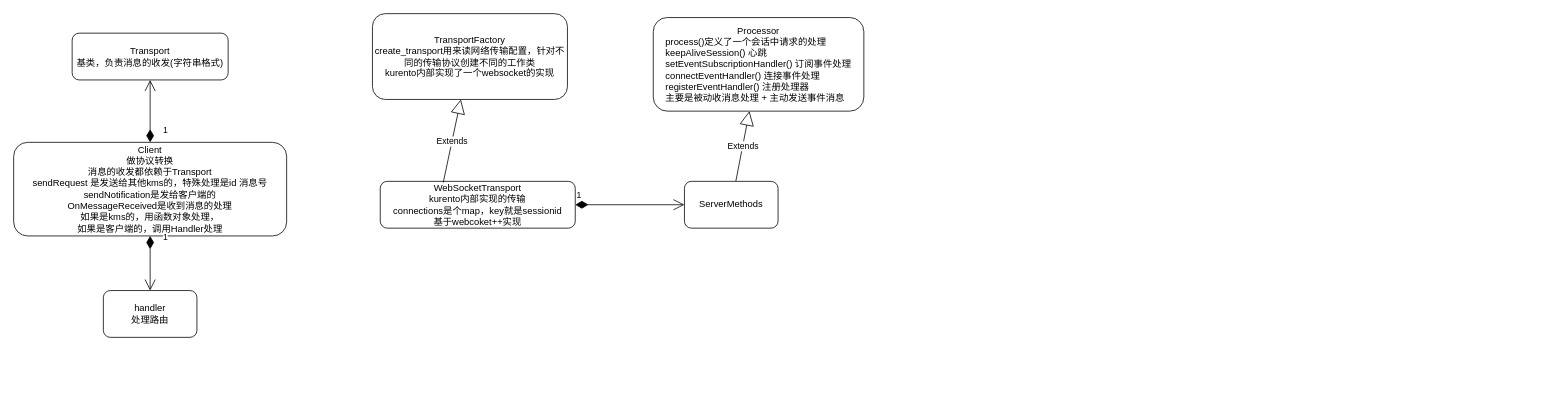
63isOK/conference_graph keeps this draw.io diagram as kms源码分析/kms分析文字版本.drawio. Above is the earlier version. Source tidied: cells renumbered, new cells numbered last; positions are measured from the earlier drawing's top-left corner, leaving out a move shared by most shapes. Both pictures are drawn from the tidied source at 78%, with x=0, y=0 at pixel (13, 13).
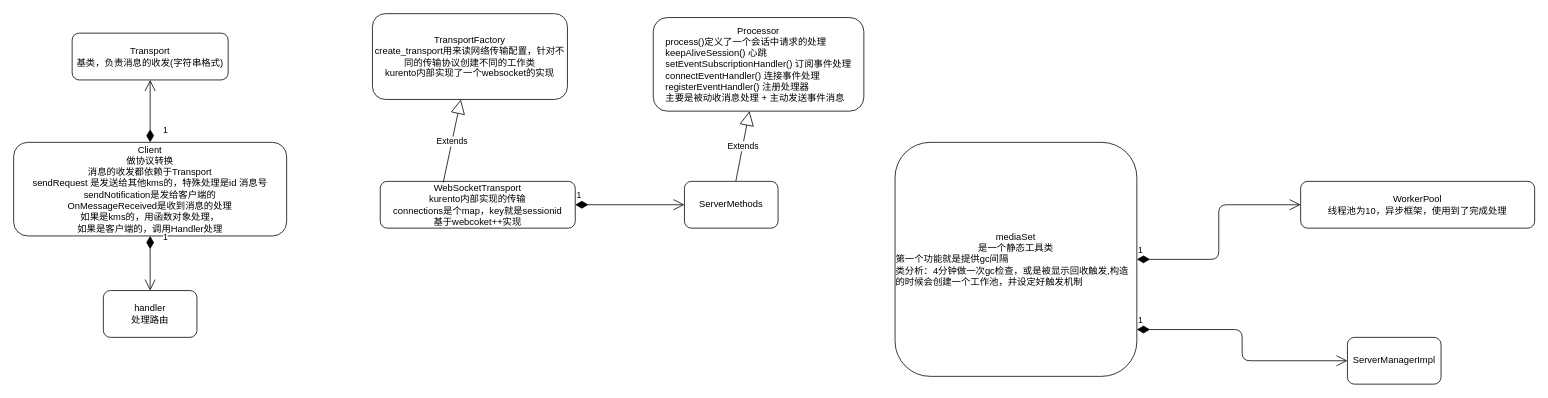
The same page after the edit.

Commit message:
更新kms分析文字版本.drawio

The edit, as a diff of the source:
```diff
@@
+    <mxCell id="14" value="&lt;span&gt;mediaSet&lt;br&gt;是一个静态工具类&lt;br&gt;&lt;div style=&quot;text-align: left&quot;&gt;&lt;span&gt;第一个功能就是提供gc间隔&lt;/span&gt;&lt;/div&gt;&lt;div style=&quot;text-align: left&quot;&gt;&lt;span&gt;类分析：4分钟做一次gc检查，或是被显示回收触发,构造的时候会创建一个工作池，并设定好触发机制&lt;/span&gt;&lt;/div&gt;&lt;/span&gt;" style="rounded=1;whiteSpace=wrap;html=1;" parent="1" vertex="1">
+      <mxGeometry x="1130" y="165" width="310" height="300" as="geometry" />
+    </mxCell>
+    <mxCell id="15" value="WorkerPool&lt;br&gt;线程池为10，异步框架，使用到了完成处理&lt;br&gt;" style="rounded=1;whiteSpace=wrap;html=1;" parent="1" vertex="1">
+      <mxGeometry x="1650" y="215" width="300" height="60" as="geometry" />
+    </mxCell>
+    <mxCell id="16" value="1" style="endArrow=open;html=1;endSize=12;startArrow=diamondThin;startSize=14;startFill=1;edgeStyle=orthogonalEdgeStyle;align=left;verticalAlign=bottom;" parent="1" edge="1" source="14" target="15">
+      <mxGeometry x="-1" y="3" relative="1" as="geometry" />
+    </mxCell>
+    <mxCell id="17" value="ServerManagerImpl" style="rounded=1;whiteSpace=wrap;html=1;" parent="1" vertex="1">
+      <mxGeometry x="1710" y="415" width="120" height="60" as="geometry" />
+    </mxCell>
+    <mxCell id="18" value="1" style="endArrow=open;html=1;endSize=12;startArrow=diamondThin;startSize=14;startFill=1;edgeStyle=orthogonalEdgeStyle;align=left;verticalAlign=bottom;" parent="1" edge="1" source="14" target="17">
+      <mxGeometry x="-1" y="3" relative="1" as="geometry">
+        <Array as="points">
+          <mxPoint x="1575" y="405" />
+          <mxPoint x="1575" y="445" />
+        </Array>
+      </mxGeometry>
+    </mxCell>
```
